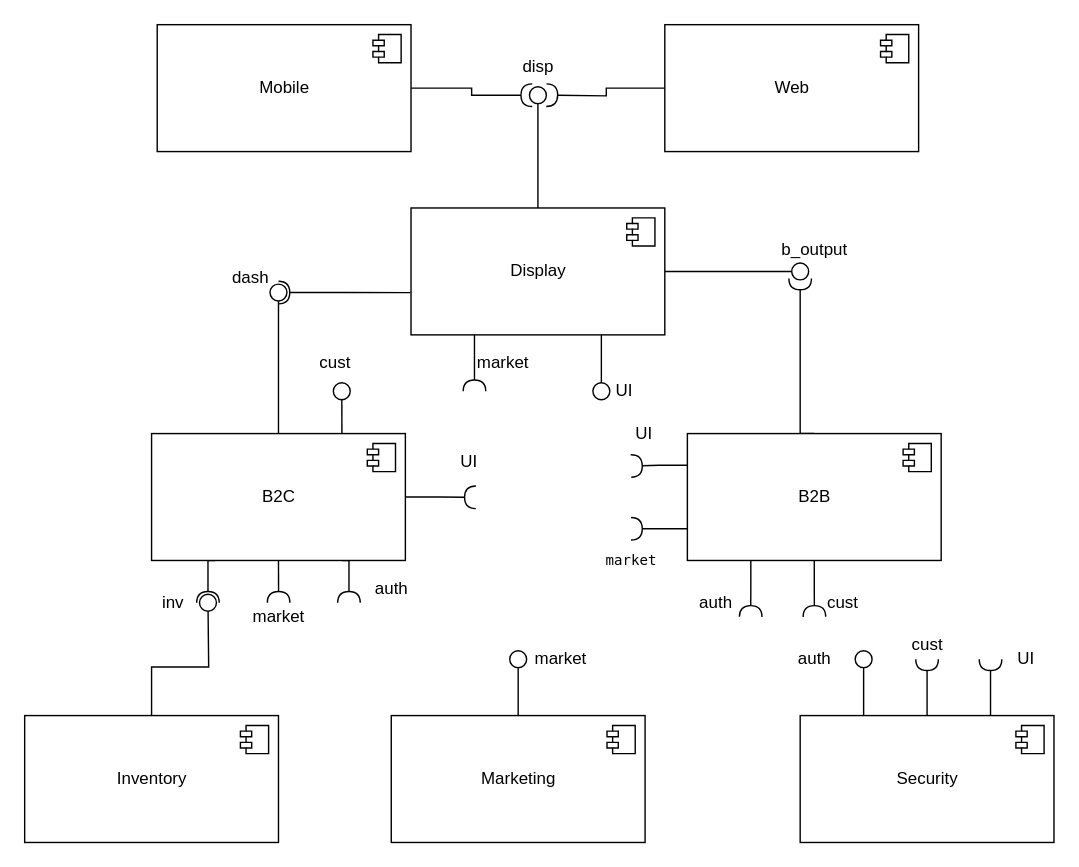
This is page "Page-1" (1 of 3) of HW6/HW6.drawio from ElliottP-13/ESOF-322, a draw.io file, before an edit. Source tidied: cells renumbered, new cells numbered last; positions are measured from the earlier drawing's top-left corner, leaving out a move shared by most shapes. Both pictures are drawn from the tidied source at 141%, with x=0, y=0 at pixel (24, 24).
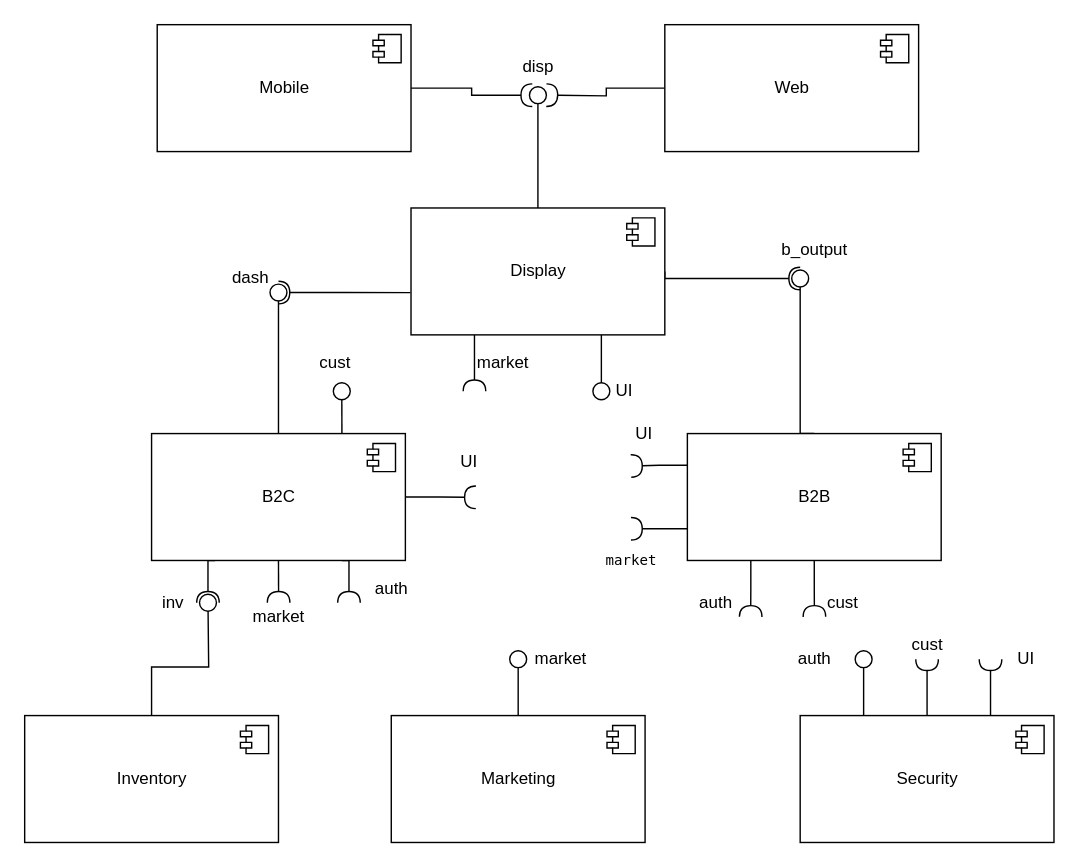
After the change.

The change refers to these unchanged cells:
```xml
<mxCell id="24" value="Display" style="html=1;" parent="1" vertex="1">
  <mxGeometry x="274" y="130" width="180" height="90" as="geometry" />
</mxCell>
<mxCell id="39" value="B2B" style="html=1;" parent="1" vertex="1">
  <mxGeometry x="470" y="290" width="180" height="90" as="geometry" />
</mxCell>
```

Change to the diagram source:
```diff
@@
-    <mxCell id="21" style="edgeStyle=orthogonalEdgeStyle;rounded=0;jettySize=auto;html=1;exitX=1;exitY=0.5;exitDx=0;exitDy=0;startSize=6;endArrow=oval;endFill=0;endSize=12;" parent="1" edge="1" source="24">
+    <mxCell id="21" style="edgeStyle=orthogonalEdgeStyle;rounded=0;jettySize=auto;html=1;exitX=1;exitY=0.5;exitDx=0;exitDy=0;startSize=6;endArrow=halfCircle;endFill=0;endSize=6;" parent="1" edge="1" source="24">
       <mxGeometry relative="1" as="geometry">
-        <mxPoint x="550" y="175" as="targetPoint" />
+        <mxPoint x="550" y="180" as="targetPoint" />
+        <Array as="points">
+          <mxPoint x="454" y="180" />
+        </Array>
       </mxGeometry>
     </mxCell>
@@
-    <mxCell id="35" style="edgeStyle=orthogonalEdgeStyle;rounded=0;jettySize=auto;html=1;exitX=0.5;exitY=0;exitDx=0;exitDy=0;startSize=6;endArrow=halfCircle;endFill=0;endSize=6;" parent="1" edge="1" source="39">
+    <mxCell id="35" style="edgeStyle=orthogonalEdgeStyle;rounded=0;jettySize=auto;html=1;exitX=0.5;exitY=0;exitDx=0;exitDy=0;startSize=6;endArrow=oval;endFill=0;endSize=12;" parent="1" edge="1" source="39">
       <mxGeometry relative="1" as="geometry">
         <mxPoint x="550" y="180" as="targetPoint" />
         <Array as="points">
           <mxPoint x="550" y="290" />
         </Array>
       </mxGeometry>
     </mxCell>
```
